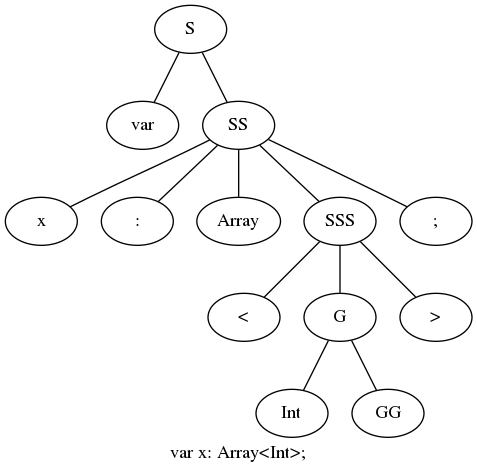
The Graphviz diagram graphs/simple.dot.png in Garuda-1/MT_HW2, before a commit. Its source is kept beside it as graphs/simple.dot. The source it was exported from:
```dot
graph ""
	{
	label="var x: Array<Int>;"

	n000 ;
	n000 [label="S"] ;
	n000 -- n001 ;
	n000 -- n002 ;
	n001 [label="var"] ;
	n002 [label="SS"] ;
	n002 -- n003 ;
	n002 -- n004 ;
	n002 -- n005 ;
	n002 -- n006 ;
	n002 -- n007 ;
	n003 [label="x"] ;
	n004 [label=":"] ;
	n005 [label="Array"] ;
	n006 [label="SSS"] ;
	n006 -- n008 ;
	n006 -- n009 ;
	n006 -- n010 ;
	n007 [label=";"] ;
	n008 [label="<"] ;
	n009 [label="G"] ;
	n009 -- n011 ;
	n009 -- n012 ;
	n010 [label=">"] ;
	n011 [label="Int"] ;
	n012 [label="GG"] ;
	}
```
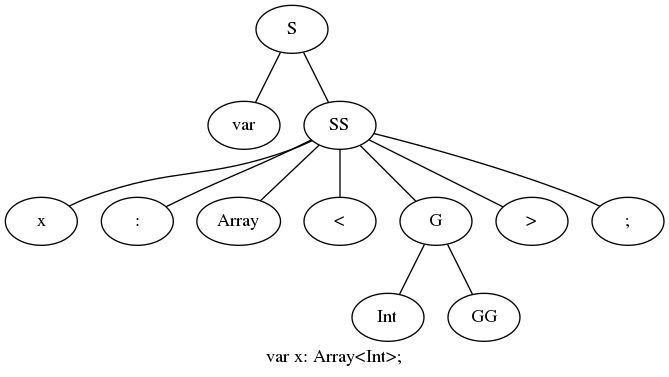
The same diagram one commit later.

What changed in the source:
```diff
@@ -13,19 +13,17 @@
 	n002 -- n005 ;
 	n002 -- n006 ;
 	n002 -- n007 ;
+	n002 -- n008 ;
+	n002 -- n009 ;
 	n003 [label="x"] ;
 	n004 [label=":"] ;
 	n005 [label="Array"] ;
-	n006 [label="SSS"] ;
-	n006 -- n008 ;
-	n006 -- n009 ;
-	n006 -- n010 ;
-	n007 [label=";"] ;
-	n008 [label="<"] ;
-	n009 [label="G"] ;
-	n009 -- n011 ;
-	n009 -- n012 ;
-	n010 [label=">"] ;
-	n011 [label="Int"] ;
-	n012 [label="GG"] ;
+	n006 [label="<"] ;
+	n007 [label="G"] ;
+	n007 -- n010 ;
+	n007 -- n011 ;
+	n008 [label=">"] ;
+	n009 [label=";"] ;
+	n010 [label="Int"] ;
+	n011 [label="GG"] ;
 	}
```
